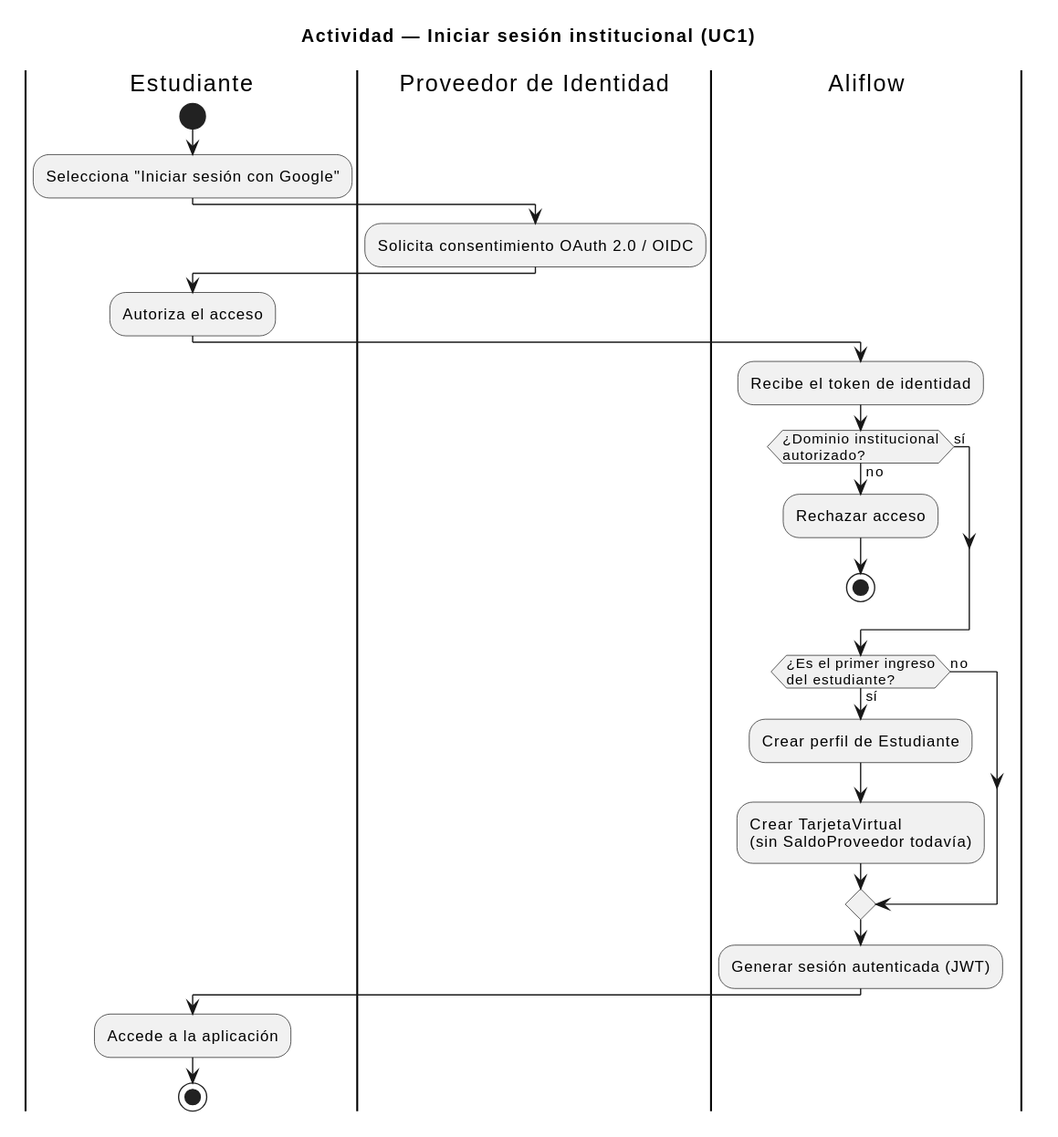
Above: uml/actividad-autenticacion.svg in Jesus-JB/aliflow (PlantUML), before the change.
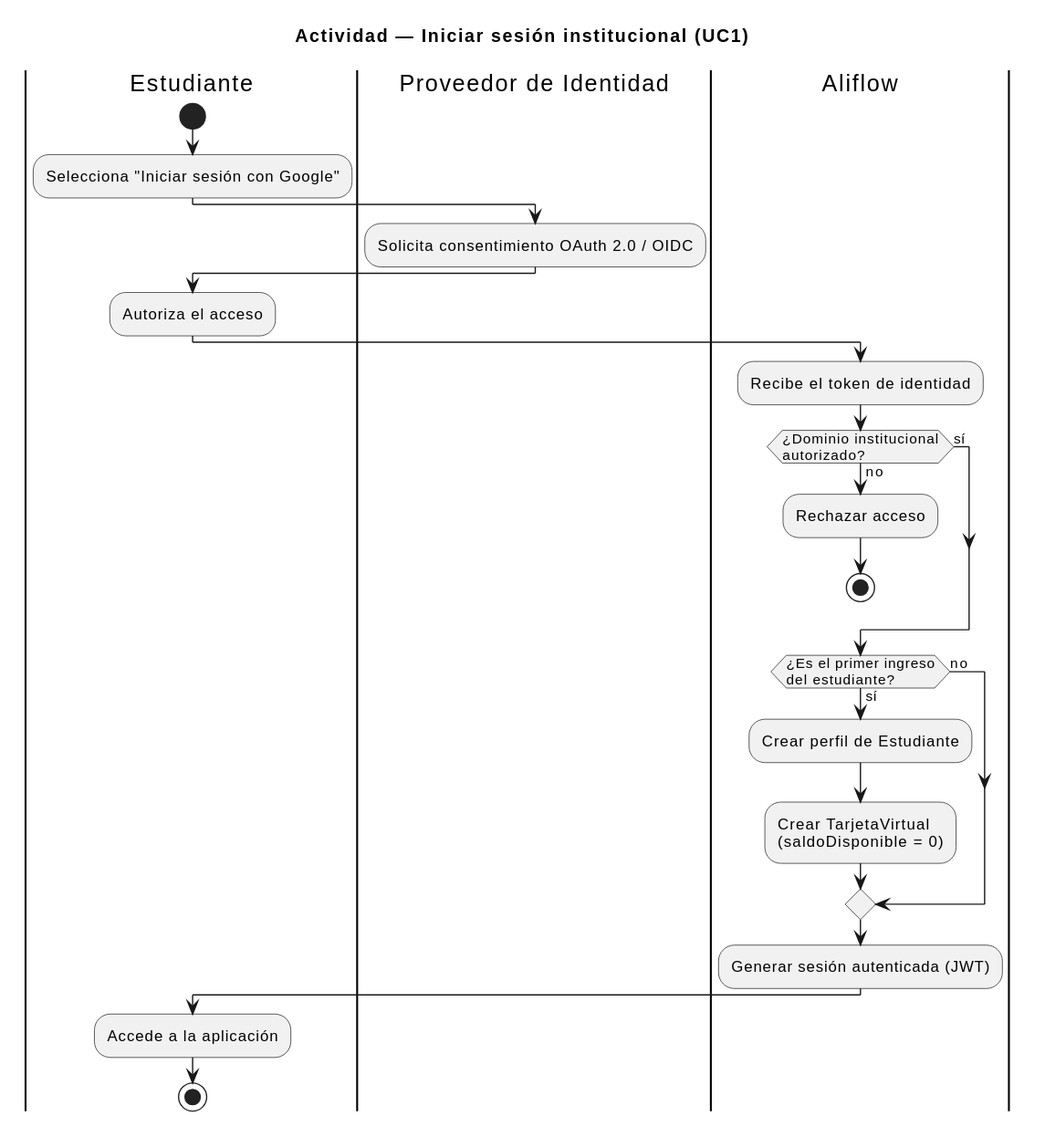
Above is the later version.

Change to the diagram source:
```diff
@@ -21,7 +21,7 @@
 
 if (¿Es el primer ingreso\ndel estudiante?) then (sí)
   :Crear perfil de Estudiante;
-  :Crear TarjetaVirtual\n(sin SaldoProveedor todavía);
+  :Crear TarjetaVirtual\n(saldoDisponible = 0);
 else (no)
 endif
 
```
